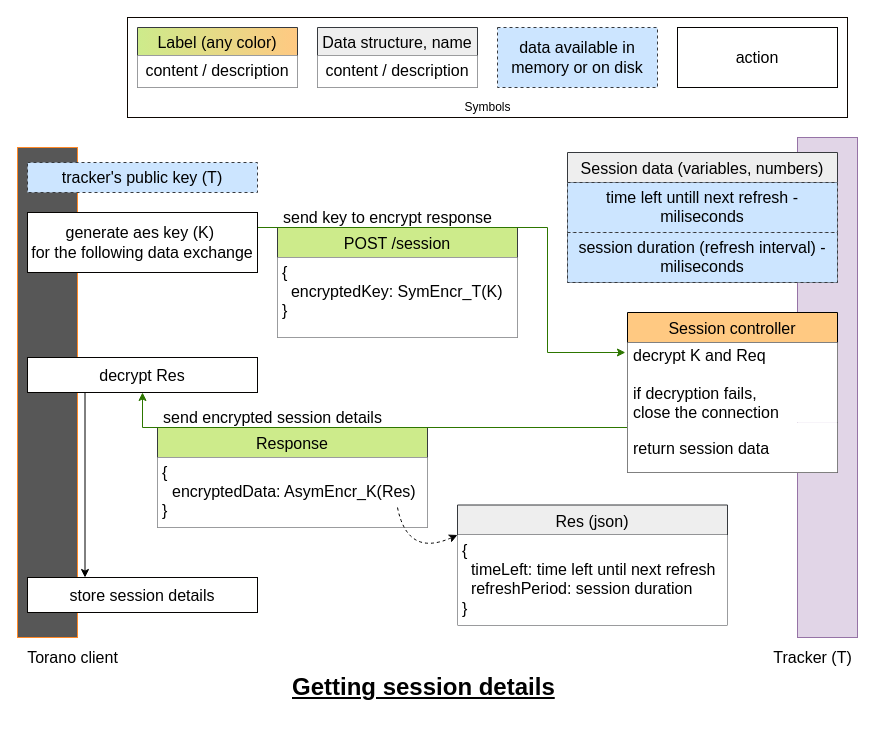
Above: protocol schemas/tracker api/fetch session.drawio in davidviziteu/tor-torrent (draw.io), before the change. Source tidied: cells renumbered, new cells numbered last; positions are measured from the earlier drawing's top-left corner, leaving out a move shared by most shapes. Both pictures are drawn from the tidied source at 100%, with x=0, y=0 at pixel (17, 17).
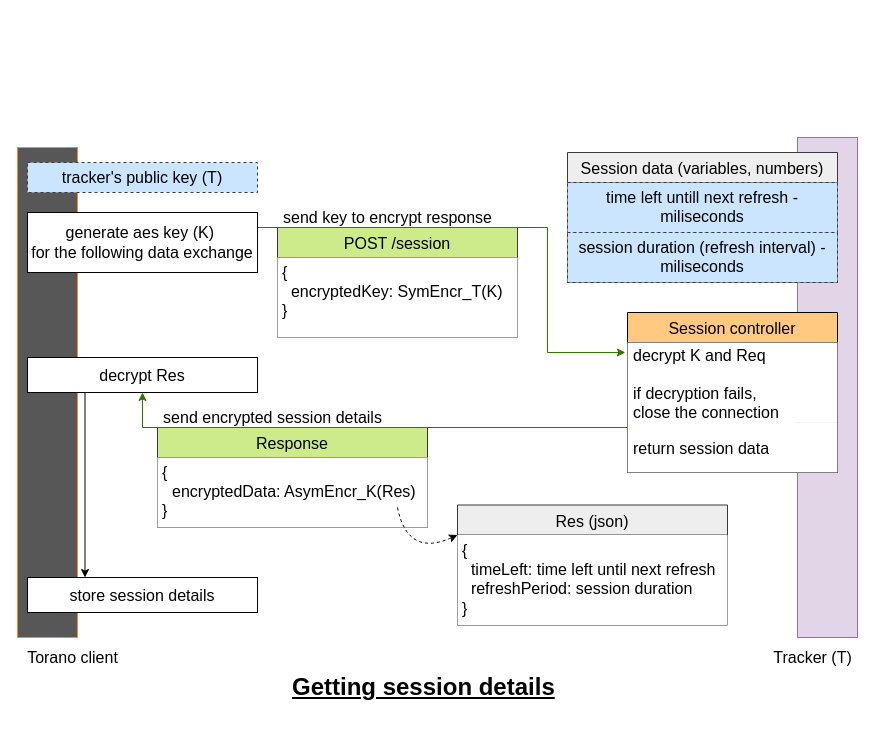
The same page after the edit.

The edit, as a diff of the source:
```diff
@@
-    <mxCell id="26" style="group;fillColor=#cce5ff;strokeColor=#36393d;gradientColor=#ffffff;" parent="1" vertex="1">
-      <mxGeometry x="110" width="720" height="100" as="geometry" />
-    </mxCell>
-    <mxCell id="27" style="rounded=0;whiteSpace=wrap;html=1;fillColor=default;strokeColor=#0D0702;" parent="26" vertex="1">
-      <mxGeometry width="720" height="100" as="geometry" />
-    </mxCell>
-    <mxCell id="28" value="&lt;font style=&quot;font-size: 16px;&quot;&gt;data&amp;nbsp;&lt;span&gt;&lt;span&gt;available in memory or on disk&lt;/span&gt;&lt;/span&gt;&lt;br&gt;&lt;/font&gt;" style="rounded=0;whiteSpace=wrap;html=1;fillColor=#cce5ff;strokeColor=#36393d;dashed=1;strokeWidth=1;" parent="26" vertex="1">
-      <mxGeometry x="370" y="10" width="160" height="60" as="geometry" />
-    </mxCell>
-    <mxCell id="29" value="Data structure, name" style="swimlane;fontStyle=0;horizontal=1;startSize=28;rounded=0;fontSize=16;fillColor=#eeeeee;strokeColor=#36393d;" parent="26" vertex="1">
-      <mxGeometry x="190" y="10" width="160" height="60" as="geometry" />
-    </mxCell>
-    <mxCell id="30" value="&lt;h1&gt;&lt;/h1&gt;&lt;span style=&quot;background-color: initial;&quot;&gt;&lt;div style=&quot;&quot;&gt;&lt;span style=&quot;font-size: 16px; background-color: initial;&quot;&gt;content / description&lt;/span&gt;&lt;/div&gt;&lt;/span&gt;" style="text;html=1;strokeColor=none;fillColor=default;spacing=5;spacingTop=-20;whiteSpace=wrap;overflow=hidden;rounded=0;align=center;" parent="29" vertex="1">
-      <mxGeometry y="28" width="160" height="32" as="geometry" />
-    </mxCell>
-    <mxCell id="31" value="Label (any color)" style="swimlane;fontStyle=0;horizontal=1;startSize=28;rounded=0;fontSize=16;fillColor=#cdeb8b;strokeColor=#36393d;gradientColor=#FFC982;gradientDirection=east;" parent="26" vertex="1">
-      <mxGeometry x="10" y="10" width="160" height="60" as="geometry" />
-    </mxCell>
-    <mxCell id="32" value="&lt;h1&gt;&lt;/h1&gt;&lt;span style=&quot;background-color: initial;&quot;&gt;&lt;div style=&quot;&quot;&gt;&lt;span style=&quot;font-size: 16px; background-color: initial;&quot;&gt;content / description&lt;/span&gt;&lt;/div&gt;&lt;/span&gt;" style="text;html=1;strokeColor=none;fillColor=default;spacing=5;spacingTop=-20;whiteSpace=wrap;overflow=hidden;rounded=0;align=center;" parent="31" vertex="1">
-      <mxGeometry y="28" width="160" height="32" as="geometry" />
-    </mxCell>
-    <mxCell id="33" value="&lt;font style=&quot;font-size: 16px;&quot;&gt;action&lt;br&gt;&lt;/font&gt;" style="rounded=0;whiteSpace=wrap;html=1;fillColor=default;strokeColor=#050301;" parent="26" vertex="1">
-      <mxGeometry x="550" y="10" width="160" height="60" as="geometry" />
-    </mxCell>
-    <mxCell id="34" value="Symbols" style="text;html=1;align=center;verticalAlign=middle;strokeColor=none;fillColor=none;" parent="26" vertex="1">
-      <mxGeometry x="330" y="80" width="60" height="20" as="geometry" />
-    </mxCell>
```
